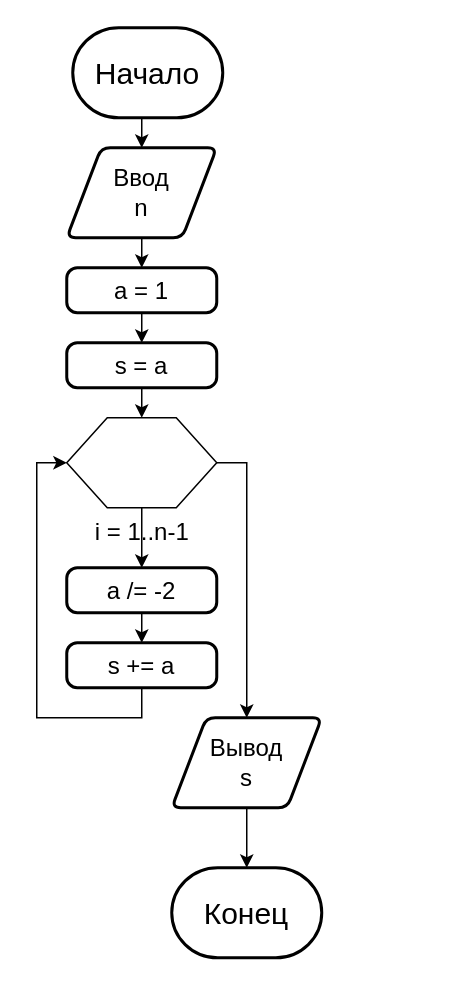
Above: les_2_task_4.drawio in nglaz0v/Python_Algorithms (draw.io), before the change. Source tidied: cells renumbered, new cells numbered last; positions are measured from the earlier drawing's top-left corner, leaving out a move shared by most shapes. Both pictures are drawn from the tidied source at 150%, with x=0, y=0 at pixel (66, 27).
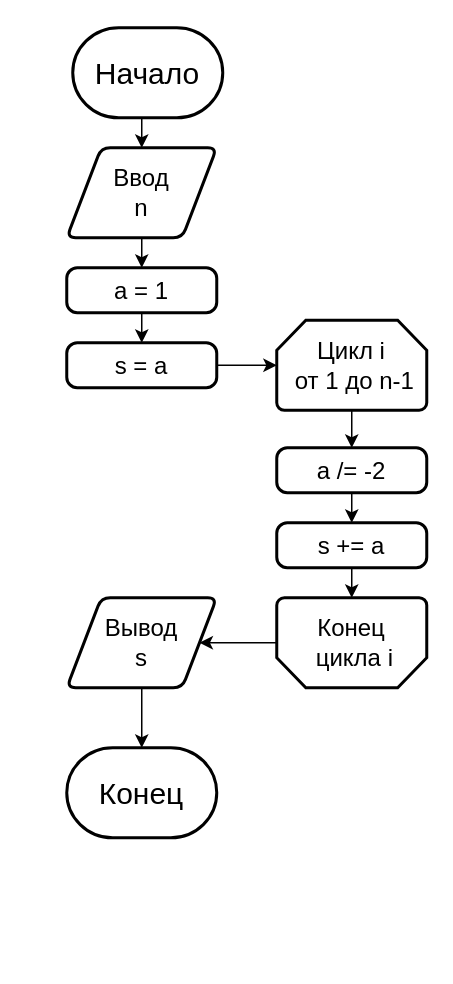
Above is the later version.

Unchanged cells that the change refers to:
```xml
<mxCell id="10" value="s = a" style="rounded=1;whiteSpace=wrap;html=1;absoluteArcSize=1;arcSize=14;strokeWidth=2;fontSize=16;" parent="1" vertex="1">
  <mxGeometry y="210" width="100" height="30" as="geometry" />
</mxCell>
```

The edit, as a diff of the source:
```diff
@@
     <mxCell id="4" value="Конец" style="strokeWidth=2;html=1;shape=mxgraph.flowchart.terminator;whiteSpace=wrap;fontSize=20;" parent="1" vertex="1">
-      <mxGeometry x="70" y="560" width="100" height="60" as="geometry" />
+      <mxGeometry y="480" width="100" height="60" as="geometry" />
     </mxCell>
@@
-    <mxCell id="9" style="edgeStyle=orthogonalEdgeStyle;rounded=0;jettySize=auto;html=1;exitX=0.5;exitY=1;exitDx=0;exitDy=0;entryX=0.5;entryY=0;entryDx=0;entryDy=0;fontSize=16;" parent="1" edge="1" source="10" target="13">
-      <mxGeometry relative="1" as="geometry" />
-    </mxCell>
+    <mxCell id="20" style="edgeStyle=orthogonalEdgeStyle;rounded=0;jettySize=auto;html=1;exitX=1;exitY=0.5;exitDx=0;exitDy=0;entryX=0;entryY=0.5;entryDx=0;entryDy=0;entryPerimeter=0;" parent="1" edge="1" source="10" target="23">
+      <mxGeometry relative="1" as="geometry" />
+    </mxCell>
@@
-    <mxCell id="11" style="edgeStyle=orthogonalEdgeStyle;rounded=0;jettySize=auto;html=1;exitX=0.5;exitY=1;exitDx=0;exitDy=0;entryX=0.5;entryY=0;entryDx=0;entryDy=0;fontSize=16;" parent="1" edge="1" source="13" target="15">
-      <mxGeometry relative="1" as="geometry" />
-    </mxCell>
-    <mxCell id="12" style="edgeStyle=orthogonalEdgeStyle;rounded=0;jettySize=auto;html=1;exitX=1;exitY=0.5;exitDx=0;exitDy=0;entryX=0.5;entryY=0;entryDx=0;entryDy=0;fontSize=16;" parent="1" edge="1" source="13" target="19">
-      <mxGeometry relative="1" as="geometry" />
-    </mxCell>
-    <mxCell id="13" value="i = 1..n-1" style="verticalLabelPosition=bottom;verticalAlign=top;html=1;shape=hexagon;perimeter=hexagonPerimeter2;arcSize=6;size=0.27;fontSize=16;" parent="1" vertex="1">
-      <mxGeometry y="260" width="100" height="60" as="geometry" />
-    </mxCell>
@@
     <mxCell id="15" value="a /= -2" style="rounded=1;whiteSpace=wrap;html=1;absoluteArcSize=1;arcSize=14;strokeWidth=2;fontSize=16;" parent="1" vertex="1">
-      <mxGeometry y="360" width="100" height="30" as="geometry" />
+      <mxGeometry x="140" y="280" width="100" height="30" as="geometry" />
     </mxCell>
-    <mxCell id="16" style="edgeStyle=orthogonalEdgeStyle;rounded=0;jettySize=auto;html=1;exitX=0.5;exitY=1;exitDx=0;exitDy=0;entryX=0;entryY=0.5;entryDx=0;entryDy=0;fontSize=16;" parent="1" edge="1" source="17" target="13">
-      <mxGeometry relative="1" as="geometry" />
-    </mxCell>
+    <mxCell id="21" style="edgeStyle=orthogonalEdgeStyle;rounded=0;jettySize=auto;html=1;exitX=0.5;exitY=1;exitDx=0;exitDy=0;entryX=0.5;entryY=1;entryDx=0;entryDy=0;entryPerimeter=0;fontSize=16;" parent="1" edge="1" source="17" target="25">
+      <mxGeometry relative="1" as="geometry" />
+    </mxCell>
     <mxCell id="17" value="s += a" style="rounded=1;whiteSpace=wrap;html=1;absoluteArcSize=1;arcSize=14;strokeWidth=2;fontSize=16;" parent="1" vertex="1">
-      <mxGeometry y="410" width="100" height="30" as="geometry" />
+      <mxGeometry x="140" y="330" width="100" height="30" as="geometry" />
     </mxCell>
@@
     <mxCell id="19" value="Вывод&lt;br&gt;s" style="shape=parallelogram;html=1;strokeWidth=2;perimeter=parallelogramPerimeter;whiteSpace=wrap;rounded=1;arcSize=12;size=0.23;fontSize=16;" parent="1" vertex="1">
-      <mxGeometry x="70" y="460" width="100" height="60" as="geometry" />
+      <mxGeometry y="380" width="100" height="60" as="geometry" />
     </mxCell>
+    <mxCell id="22" style="edgeStyle=orthogonalEdgeStyle;rounded=0;jettySize=auto;html=1;exitX=0.5;exitY=1;exitDx=0;exitDy=0;exitPerimeter=0;entryX=0.5;entryY=0;entryDx=0;entryDy=0;fontSize=16;" parent="1" edge="1" source="23" target="15">
+      <mxGeometry relative="1" as="geometry" />
+    </mxCell>
+    <mxCell id="23" value="&lt;font style=&quot;font-size: 16px&quot;&gt;Цикл i&lt;br&gt;&amp;nbsp;от 1 до n-1&lt;/font&gt;" style="strokeWidth=2;html=1;shape=mxgraph.flowchart.loop_limit;whiteSpace=wrap;" parent="1" vertex="1">
+      <mxGeometry x="140" y="195" width="100" height="60" as="geometry" />
+    </mxCell>
+    <mxCell id="24" style="edgeStyle=orthogonalEdgeStyle;rounded=0;jettySize=auto;html=1;exitX=1;exitY=0.5;exitDx=0;exitDy=0;exitPerimeter=0;entryX=1;entryY=0.5;entryDx=0;entryDy=0;fontSize=16;" parent="1" edge="1" source="25" target="19">
+      <mxGeometry relative="1" as="geometry" />
+    </mxCell>
+    <mxCell id="25" value="Конец&lt;br&gt;&amp;nbsp;цикла i" style="strokeWidth=2;html=1;shape=mxgraph.flowchart.loop_limit;whiteSpace=wrap;fontSize=16;direction=west;" parent="1" vertex="1">
+      <mxGeometry x="140" y="380" width="100" height="60" as="geometry" />
+    </mxCell>
```
